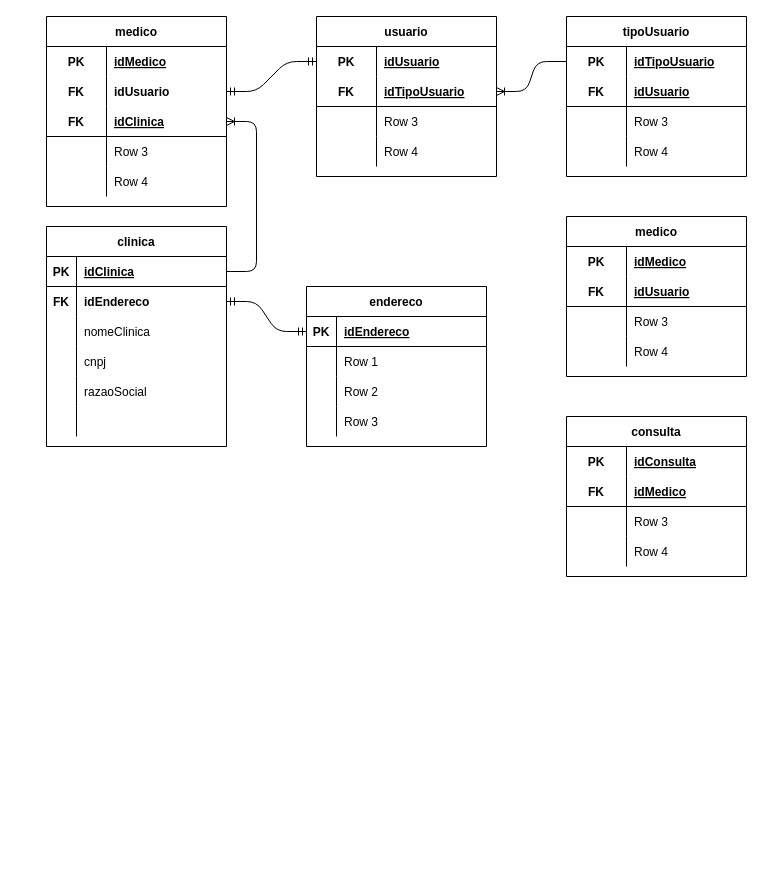
The draw.io diagram page "lógico" (2 of 2) of banco de dados/modelagem/modelo conceitual/spmedical-group.drawio in luizfelipeveracruz/projeto-SPMedical-group, before the edit. Source tidied: cells renumbered, new cells numbered last; positions are measured from the earlier drawing's top-left corner, leaving out a move shared by most shapes. Both pictures are drawn from the tidied source at 100%, with x=0, y=0 at pixel (46, 16).
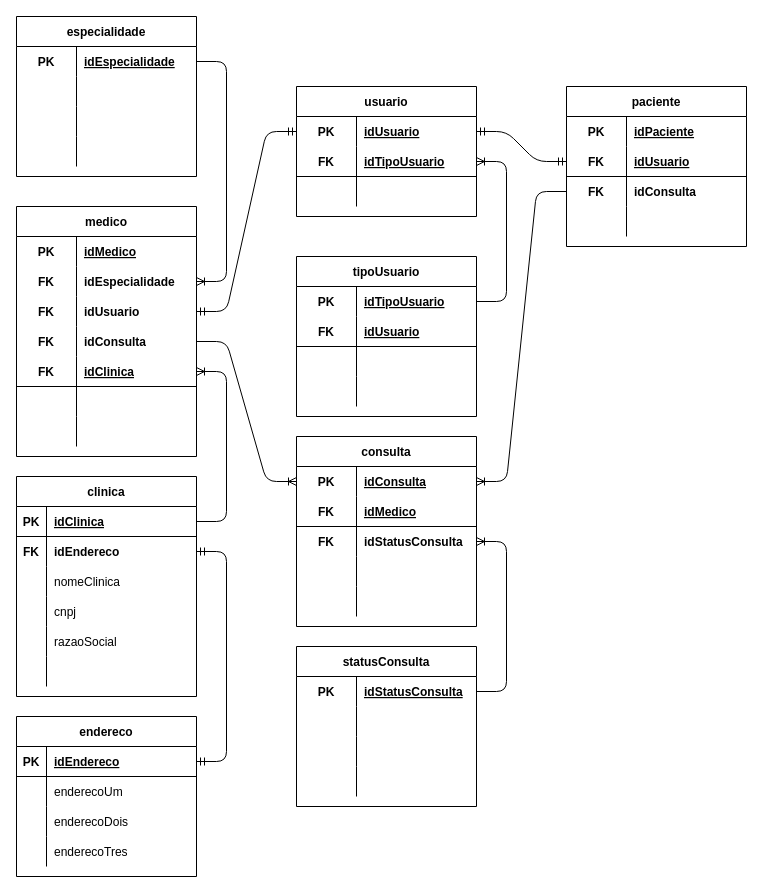
Above is the later version.

The change refers to these unchanged cells:
```xml
<mxCell id="25" style="shape=partialRectangle;fillColor=none;top=0;left=0;bottom=0;right=0;" parent="21" vertex="1">
  <mxGeometry y="60" width="180" height="30" as="geometry" />
</mxCell>
<mxCell id="28" style="shape=partialRectangle;fillColor=none;top=0;left=0;bottom=0;right=0;" parent="21" vertex="1">
  <mxGeometry y="90" width="180" height="30" as="geometry" />
</mxCell>
<mxCell id="31" style="shape=partialRectangle;fillColor=none;top=0;left=0;bottom=0;right=0;" parent="21" vertex="1">
  <mxGeometry y="120" width="180" height="30" as="geometry" />
</mxCell>
<mxCell id="53" style="shape=partialRectangle;fillColor=none;top=0;left=0;bottom=0;right=0;points=[[0,0.5],[1,0.5]];portConstraint=eastwest;" parent="52" vertex="1">
  <mxGeometry y="30" width="180" height="30" as="geometry" />
</mxCell>
<mxCell id="56" style="shape=partialRectangle;fillColor=none;top=0;left=0;bottom=1;right=0;points=[[0,0.5],[1,0.5]];portConstraint=eastwest;" parent="52" vertex="1">
  <mxGeometry y="60" width="180" height="30" as="geometry" />
</mxCell>
<mxCell id="59" style="shape=partialRectangle;fillColor=none;top=0;left=0;bottom=0;right=0;" parent="52" vertex="1">
  <mxGeometry y="90" width="180" height="30" as="geometry" />
</mxCell>
<mxCell id="66" style="shape=partialRectangle;fillColor=none;top=0;left=0;bottom=0;right=0;" parent="65" vertex="1">
  <mxGeometry y="30" width="180" height="30" as="geometry" />
</mxCell>
<mxCell id="69" style="shape=partialRectangle;fillColor=none;top=0;left=0;bottom=1;right=0;points=[[0,0.5],[1,0.5]];portConstraint=eastwest;" parent="65" vertex="1">
  <mxGeometry y="60" width="180" height="30" as="geometry" />
</mxCell>
<mxCell id="79" style="shape=partialRectangle;fillColor=none;top=0;left=0;bottom=0;right=0;points=[[0,0.5],[1,0.5]];portConstraint=eastwest;" parent="78" vertex="1">
  <mxGeometry y="30" width="180" height="30" as="geometry" />
</mxCell>
<mxCell id="92" style="shape=partialRectangle;fillColor=none;top=0;left=0;bottom=0;right=0;points=[[0,0.5],[1,0.5]];portConstraint=eastwest;" parent="91" vertex="1">
  <mxGeometry y="30" width="180" height="30" as="geometry" />
</mxCell>
<mxCell id="98" style="shape=partialRectangle;fillColor=none;top=0;left=0;bottom=0;right=0;" parent="91" vertex="1">
  <mxGeometry y="90" width="180" height="30" as="geometry" />
</mxCell>
<mxCell id="101" style="shape=partialRectangle;fillColor=none;top=0;left=0;bottom=0;right=0;" parent="91" vertex="1">
  <mxGeometry y="120" width="180" height="30" as="geometry" />
</mxCell>
```

The edit, as a diff of the source:
```diff
@@
     <mxCell id="2" value="clinica" style="shape=table;startSize=30;childLayout=tableLayout;rowLines=0;fontStyle=1;align=center;" parent="1" vertex="1">
-      <mxGeometry y="210" width="180" height="220" as="geometry" />
+      <mxGeometry x="-30" y="460" width="180" height="220" as="geometry" />
     </mxCell>
@@
     <mxCell id="21" value="endereco" style="shape=table;startSize=30;childLayout=tableLayout;rowLines=0;fontStyle=1;align=center;" parent="1" vertex="1">
-      <mxGeometry x="260" y="270" width="180" height="160" as="geometry" />
+      <mxGeometry x="-30" y="700" width="180" height="160" as="geometry" />
     </mxCell>
@@
-    <mxCell id="27" value="Row 1" style="shape=partialRectangle;fillColor=none;top=0;left=0;bottom=0;right=0;align=left;spacingLeft=6;overflow=hidden;" parent="25" vertex="1">
+    <mxCell id="27" value="enderecoUm" style="shape=partialRectangle;fillColor=none;top=0;left=0;bottom=0;right=0;align=left;spacingLeft=6;overflow=hidden;" parent="25" vertex="1">
       <mxGeometry x="30" width="150" height="30" as="geometry" />
     </mxCell>
@@
-    <mxCell id="30" value="Row 2" style="shape=partialRectangle;fillColor=none;top=0;left=0;bottom=0;right=0;align=left;spacingLeft=6;overflow=hidden;" parent="28" vertex="1">
+    <mxCell id="30" value="enderecoDois" style="shape=partialRectangle;fillColor=none;top=0;left=0;bottom=0;right=0;align=left;spacingLeft=6;overflow=hidden;" parent="28" vertex="1">
       <mxGeometry x="30" width="150" height="30" as="geometry" />
     </mxCell>
@@
-    <mxCell id="33" value="Row 3" style="shape=partialRectangle;fillColor=none;top=0;left=0;bottom=0;right=0;align=left;spacingLeft=6;overflow=hidden;" parent="31" vertex="1">
+    <mxCell id="33" value="enderecoTres" style="shape=partialRectangle;fillColor=none;top=0;left=0;bottom=0;right=0;align=left;spacingLeft=6;overflow=hidden;" parent="31" vertex="1">
       <mxGeometry x="30" width="150" height="30" as="geometry" />
     </mxCell>
@@
     <mxCell id="35" value="medico" style="shape=table;startSize=30;childLayout=tableLayout;rowLines=0;fontStyle=1;align=center;" parent="1" vertex="1">
-      <mxGeometry width="180" height="190" as="geometry" />
+      <mxGeometry x="-30" y="190" width="180" height="250" as="geometry" />
     </mxCell>
@@
+    <mxCell id="106" style="shape=partialRectangle;fillColor=none;top=0;left=0;bottom=0;right=0;points=[[0,0.5],[1,0.5]];portConstraint=eastwest;" parent="35" vertex="1">
+      <mxGeometry y="60" width="180" height="30" as="geometry" />
+    </mxCell>
+    <mxCell id="107" value="FK" style="shape=partialRectangle;fillColor=none;top=0;left=0;bottom=0;right=0;fontStyle=1;overflow=hidden;" parent="106" vertex="1">
+      <mxGeometry width="60" height="30" as="geometry" />
+    </mxCell>
+    <mxCell id="108" value="idEspecialidade" style="shape=partialRectangle;fillColor=none;top=0;left=0;bottom=0;right=0;align=left;spacingLeft=6;fontStyle=1;overflow=hidden;" parent="106" vertex="1">
+      <mxGeometry x="60" width="120" height="30" as="geometry" />
+    </mxCell>
     <mxCell id="39" style="shape=partialRectangle;fillColor=none;top=0;left=0;bottom=0;right=0;points=[[0,0.5],[1,0.5]];portConstraint=eastwest;fontStyle=1;" parent="35" vertex="1">
-      <mxGeometry y="60" width="180" height="30" as="geometry" />
+      <mxGeometry y="90" width="180" height="30" as="geometry" />
     </mxCell>
@@
+    <mxCell id="109" style="shape=partialRectangle;fillColor=none;top=0;left=0;bottom=0;right=0;points=[[0,0.5],[1,0.5]];portConstraint=eastwest;" parent="35" vertex="1">
+      <mxGeometry y="120" width="180" height="30" as="geometry" />
+    </mxCell>
+    <mxCell id="110" value="FK" style="shape=partialRectangle;fillColor=none;top=0;left=0;bottom=0;right=0;fontStyle=1;overflow=hidden;" parent="109" vertex="1">
+      <mxGeometry width="60" height="30" as="geometry" />
+    </mxCell>
+    <mxCell id="111" value="idConsulta" style="shape=partialRectangle;fillColor=none;top=0;left=0;bottom=0;right=0;align=left;spacingLeft=6;fontStyle=1;overflow=hidden;" parent="109" vertex="1">
+      <mxGeometry x="60" width="120" height="30" as="geometry" />
+    </mxCell>
     <mxCell id="42" style="shape=partialRectangle;fillColor=none;top=0;left=0;bottom=1;right=0;points=[[0,0.5],[1,0.5]];portConstraint=eastwest;" parent="35" vertex="1">
-      <mxGeometry y="90" width="180" height="30" as="geometry" />
+      <mxGeometry y="150" width="180" height="30" as="geometry" />
     </mxCell>
@@
     <mxCell id="45" style="shape=partialRectangle;fillColor=none;top=0;left=0;bottom=0;right=0;" parent="35" vertex="1">
-      <mxGeometry y="120" width="180" height="30" as="geometry" />
+      <mxGeometry y="180" width="180" height="30" as="geometry" />
     </mxCell>
@@
-    <mxCell id="47" value="Row 3" style="shape=partialRectangle;fillColor=none;top=0;left=0;bottom=0;right=0;align=left;spacingLeft=6;overflow=hidden;" parent="45" vertex="1">
+    <mxCell id="47" style="shape=partialRectangle;fillColor=none;top=0;left=0;bottom=0;right=0;align=left;spacingLeft=6;overflow=hidden;" parent="45" vertex="1">
       <mxGeometry x="60" width="120" height="30" as="geometry" />
     </mxCell>
     <mxCell id="48" style="shape=partialRectangle;fillColor=none;top=0;left=0;bottom=0;right=0;" parent="35" vertex="1">
-      <mxGeometry y="150" width="180" height="30" as="geometry" />
+      <mxGeometry y="210" width="180" height="30" as="geometry" />
     </mxCell>
@@
-    <mxCell id="50" value="Row 4" style="shape=partialRectangle;fillColor=none;top=0;left=0;bottom=0;right=0;align=left;spacingLeft=6;overflow=hidden;" parent="48" vertex="1">
+    <mxCell id="50" style="shape=partialRectangle;fillColor=none;top=0;left=0;bottom=0;right=0;align=left;spacingLeft=6;overflow=hidden;" parent="48" vertex="1">
       <mxGeometry x="60" width="120" height="30" as="geometry" />
     </mxCell>
@@
     <mxCell id="52" value="usuario" style="shape=table;startSize=30;childLayout=tableLayout;rowLines=0;fontStyle=1;align=center;" parent="1" vertex="1">
-      <mxGeometry x="270" width="180" height="160" as="geometry" />
+      <mxGeometry x="250" y="70" width="180" height="130" as="geometry" />
     </mxCell>
@@
-    <mxCell id="61" value="Row 3" style="shape=partialRectangle;fillColor=none;top=0;left=0;bottom=0;right=0;align=left;spacingLeft=6;overflow=hidden;" parent="59" vertex="1">
+    <mxCell id="61" style="shape=partialRectangle;fillColor=none;top=0;left=0;bottom=0;right=0;align=left;spacingLeft=6;overflow=hidden;" parent="59" vertex="1">
       <mxGeometry x="60" width="120" height="30" as="geometry" />
     </mxCell>
-    <mxCell id="62" style="shape=partialRectangle;fillColor=none;top=0;left=0;bottom=0;right=0;" parent="52" vertex="1">
-      <mxGeometry y="120" width="180" height="30" as="geometry" />
-    </mxCell>
-    <mxCell id="63" style="shape=partialRectangle;fillColor=none;top=0;left=0;bottom=0;right=0;overflow=hidden;" parent="62" vertex="1">
-      <mxGeometry width="60" height="30" as="geometry" />
-    </mxCell>
-    <mxCell id="64" value="Row 4" style="shape=partialRectangle;fillColor=none;top=0;left=0;bottom=0;right=0;align=left;spacingLeft=6;overflow=hidden;" parent="62" vertex="1">
-      <mxGeometry x="60" width="120" height="30" as="geometry" />
-    </mxCell>
-    <mxCell id="65" value="medico" style="shape=table;startSize=30;childLayout=tableLayout;rowLines=0;fontStyle=1;align=center;" parent="1" vertex="1">
-      <mxGeometry x="520" y="200" width="180" height="160" as="geometry" />
+    <mxCell id="65" value="paciente" style="shape=table;startSize=30;childLayout=tableLayout;rowLines=0;fontStyle=1;align=center;" parent="1" vertex="1">
+      <mxGeometry x="520" y="70" width="180" height="160" as="geometry" />
     </mxCell>
@@
-    <mxCell id="68" value="idMedico" style="shape=partialRectangle;fillColor=none;top=0;left=0;bottom=0;right=0;align=left;spacingLeft=6;fontStyle=5;overflow=hidden;" parent="66" vertex="1">
+    <mxCell id="68" value="idPaciente" style="shape=partialRectangle;fillColor=none;top=0;left=0;bottom=0;right=0;align=left;spacingLeft=6;fontStyle=5;overflow=hidden;" parent="66" vertex="1">
       <mxGeometry x="60" width="120" height="30" as="geometry" />
     </mxCell>
@@
+    <mxCell id="112" style="shape=partialRectangle;fillColor=none;top=0;left=0;bottom=0;right=0;points=[[0,0.5],[1,0.5]];portConstraint=eastwest;" parent="65" vertex="1">
+      <mxGeometry y="90" width="180" height="30" as="geometry" />
+    </mxCell>
+    <mxCell id="113" value="FK" style="shape=partialRectangle;fillColor=none;top=0;left=0;bottom=0;right=0;fontStyle=1;overflow=hidden;" parent="112" vertex="1">
+      <mxGeometry width="60" height="30" as="geometry" />
+    </mxCell>
+    <mxCell id="114" value="idConsulta" style="shape=partialRectangle;fillColor=none;top=0;left=0;bottom=0;right=0;align=left;spacingLeft=6;fontStyle=1;overflow=hidden;" parent="112" vertex="1">
+      <mxGeometry x="60" width="120" height="30" as="geometry" />
+    </mxCell>
     <mxCell id="72" style="shape=partialRectangle;fillColor=none;top=0;left=0;bottom=0;right=0;" parent="65" vertex="1">
-      <mxGeometry y="90" width="180" height="30" as="geometry" />
+      <mxGeometry y="120" width="180" height="30" as="geometry" />
     </mxCell>
@@
-    <mxCell id="74" value="Row 3" style="shape=partialRectangle;fillColor=none;top=0;left=0;bottom=0;right=0;align=left;spacingLeft=6;overflow=hidden;" parent="72" vertex="1">
+    <mxCell id="74" style="shape=partialRectangle;fillColor=none;top=0;left=0;bottom=0;right=0;align=left;spacingLeft=6;overflow=hidden;" parent="72" vertex="1">
       <mxGeometry x="60" width="120" height="30" as="geometry" />
     </mxCell>
-    <mxCell id="75" style="shape=partialRectangle;fillColor=none;top=0;left=0;bottom=0;right=0;" parent="65" vertex="1">
-      <mxGeometry y="120" width="180" height="30" as="geometry" />
-    </mxCell>
-    <mxCell id="76" style="shape=partialRectangle;fillColor=none;top=0;left=0;bottom=0;right=0;overflow=hidden;" parent="75" vertex="1">
-      <mxGeometry width="60" height="30" as="geometry" />
-    </mxCell>
-    <mxCell id="77" value="Row 4" style="shape=partialRectangle;fillColor=none;top=0;left=0;bottom=0;right=0;align=left;spacingLeft=6;overflow=hidden;" parent="75" vertex="1">
-      <mxGeometry x="60" width="120" height="30" as="geometry" />
-    </mxCell>
     <mxCell id="78" value="consulta" style="shape=table;startSize=30;childLayout=tableLayout;rowLines=0;fontStyle=1;align=center;" parent="1" vertex="1">
-      <mxGeometry x="520" y="400" width="180" height="160" as="geometry" />
+      <mxGeometry x="250" y="420" width="180" height="190" as="geometry" />
     </mxCell>
@@
+    <mxCell id="115" style="shape=partialRectangle;fillColor=none;top=0;left=0;bottom=0;right=0;points=[[0,0.5],[1,0.5]];portConstraint=eastwest;" parent="78" vertex="1">
+      <mxGeometry y="90" width="180" height="30" as="geometry" />
+    </mxCell>
+    <mxCell id="116" value="FK" style="shape=partialRectangle;fillColor=none;top=0;left=0;bottom=0;right=0;fontStyle=1;overflow=hidden;" parent="115" vertex="1">
+      <mxGeometry width="60" height="30" as="geometry" />
+    </mxCell>
+    <mxCell id="117" value="idStatusConsulta" style="shape=partialRectangle;fillColor=none;top=0;left=0;bottom=0;right=0;align=left;spacingLeft=6;fontStyle=1;overflow=hidden;" parent="115" vertex="1">
+      <mxGeometry x="60" width="120" height="30" as="geometry" />
+    </mxCell>
     <mxCell id="85" style="shape=partialRectangle;fillColor=none;top=0;left=0;bottom=0;right=0;" parent="78" vertex="1">
-      <mxGeometry y="90" width="180" height="30" as="geometry" />
+      <mxGeometry y="120" width="180" height="30" as="geometry" />
     </mxCell>
@@
-    <mxCell id="87" value="Row 3" style="shape=partialRectangle;fillColor=none;top=0;left=0;bottom=0;right=0;align=left;spacingLeft=6;overflow=hidden;" parent="85" vertex="1">
+    <mxCell id="87" style="shape=partialRectangle;fillColor=none;top=0;left=0;bottom=0;right=0;align=left;spacingLeft=6;overflow=hidden;" parent="85" vertex="1">
       <mxGeometry x="60" width="120" height="30" as="geometry" />
     </mxCell>
     <mxCell id="88" style="shape=partialRectangle;fillColor=none;top=0;left=0;bottom=0;right=0;" parent="78" vertex="1">
-      <mxGeometry y="120" width="180" height="30" as="geometry" />
+      <mxGeometry y="150" width="180" height="30" as="geometry" />
     </mxCell>
@@
-    <mxCell id="90" value="Row 4" style="shape=partialRectangle;fillColor=none;top=0;left=0;bottom=0;right=0;align=left;spacingLeft=6;overflow=hidden;" parent="88" vertex="1">
+    <mxCell id="90" style="shape=partialRectangle;fillColor=none;top=0;left=0;bottom=0;right=0;align=left;spacingLeft=6;overflow=hidden;" parent="88" vertex="1">
       <mxGeometry x="60" width="120" height="30" as="geometry" />
     </mxCell>
     <mxCell id="91" value="tipoUsuario" style="shape=table;startSize=30;childLayout=tableLayout;rowLines=0;fontStyle=1;align=center;" parent="1" vertex="1">
-      <mxGeometry x="520" width="180" height="160" as="geometry" />
+      <mxGeometry x="250" y="240" width="180" height="160" as="geometry" />
     </mxCell>
@@
-    <mxCell id="100" value="Row 3" style="shape=partialRectangle;fillColor=none;top=0;left=0;bottom=0;right=0;align=left;spacingLeft=6;overflow=hidden;" parent="98" vertex="1">
+    <mxCell id="100" style="shape=partialRectangle;fillColor=none;top=0;left=0;bottom=0;right=0;align=left;spacingLeft=6;overflow=hidden;" parent="98" vertex="1">
       <mxGeometry x="60" width="120" height="30" as="geometry" />
     </mxCell>
@@
-    <mxCell id="103" value="Row 4" style="shape=partialRectangle;fillColor=none;top=0;left=0;bottom=0;right=0;align=left;spacingLeft=6;overflow=hidden;" parent="101" vertex="1">
+    <mxCell id="103" style="shape=partialRectangle;fillColor=none;top=0;left=0;bottom=0;right=0;align=left;spacingLeft=6;overflow=hidden;" parent="101" vertex="1">
       <mxGeometry x="60" width="120" height="30" as="geometry" />
     </mxCell>
-    <mxCell id="104" style="edgeStyle=entityRelationEdgeStyle;fontSize=12;html=1;endArrow=ERoneToMany;exitX=0;exitY=0.5;exitDx=0;exitDy=0;entryX=1;entryY=0.5;entryDx=0;entryDy=0;" parent="1" edge="1" source="92" target="56">
+    <mxCell id="104" style="edgeStyle=entityRelationEdgeStyle;fontSize=12;html=1;endArrow=ERoneToMany;exitX=1;exitY=0.5;exitDx=0;exitDy=0;entryX=1;entryY=0.5;entryDx=0;entryDy=0;" parent="1" edge="1" source="92" target="56">
       <mxGeometry relative="1" as="geometry" />
     </mxCell>
@@
+    <mxCell id="118" style="edgeStyle=entityRelationEdgeStyle;fontSize=12;html=1;endArrow=ERoneToMany;exitX=1;exitY=0.5;exitDx=0;exitDy=0;entryX=0;entryY=0.5;entryDx=0;entryDy=0;" parent="1" edge="1" source="109" target="79">
+      <mxGeometry relative="1" as="geometry" />
+    </mxCell>
+    <mxCell id="119" style="edgeStyle=entityRelationEdgeStyle;fontSize=12;html=1;endArrow=ERoneToMany;entryX=1;entryY=0.5;entryDx=0;entryDy=0;" parent="1" edge="1" source="112" target="79">
+      <mxGeometry relative="1" as="geometry" />
+    </mxCell>
+    <mxCell id="120" style="edgeStyle=entityRelationEdgeStyle;fontSize=12;html=1;endArrow=ERmandOne;startArrow=ERmandOne;entryX=0;entryY=0.5;entryDx=0;entryDy=0;exitX=1;exitY=0.5;exitDx=0;exitDy=0;" parent="1" edge="1" source="53" target="69">
+      <mxGeometry relative="1" as="geometry" />
+    </mxCell>
+    <mxCell id="121" value="statusConsulta" style="shape=table;startSize=30;childLayout=tableLayout;rowLines=0;fontStyle=1;align=center;" parent="1" vertex="1">
+      <mxGeometry x="250" y="630" width="180" height="160" as="geometry" />
+    </mxCell>
+    <mxCell id="122" style="shape=partialRectangle;fillColor=none;top=0;left=0;bottom=0;right=0;points=[[0,0.5],[1,0.5]];portConstraint=eastwest;" parent="121" vertex="1">
+      <mxGeometry y="30" width="180" height="30" as="geometry" />
+    </mxCell>
+    <mxCell id="123" value="PK" style="shape=partialRectangle;fillColor=none;top=0;left=0;bottom=0;right=0;fontStyle=1;overflow=hidden;" parent="122" vertex="1">
+      <mxGeometry width="60" height="30" as="geometry" />
+    </mxCell>
+    <mxCell id="124" value="idStatusConsulta" style="shape=partialRectangle;fillColor=none;top=0;left=0;bottom=0;right=0;align=left;spacingLeft=6;fontStyle=5;overflow=hidden;" parent="122" vertex="1">
+      <mxGeometry x="60" width="120" height="30" as="geometry" />
+    </mxCell>
+    <mxCell id="125" style="shape=partialRectangle;fillColor=none;top=0;left=0;bottom=0;right=0;" parent="121" vertex="1">
+      <mxGeometry y="60" width="180" height="30" as="geometry" />
+    </mxCell>
+    <mxCell id="126" style="shape=partialRectangle;fillColor=none;top=0;left=0;bottom=0;right=0;overflow=hidden;" parent="125" vertex="1">
+      <mxGeometry width="60" height="30" as="geometry" />
+    </mxCell>
+    <mxCell id="127" style="shape=partialRectangle;fillColor=none;top=0;left=0;bottom=0;right=0;align=left;spacingLeft=6;overflow=hidden;" parent="125" vertex="1">
+      <mxGeometry x="60" width="120" height="30" as="geometry" />
+    </mxCell>
+    <mxCell id="128" style="shape=partialRectangle;fillColor=none;top=0;left=0;bottom=0;right=0;" parent="121" vertex="1">
+      <mxGeometry y="90" width="180" height="30" as="geometry" />
+    </mxCell>
+    <mxCell id="129" style="shape=partialRectangle;fillColor=none;top=0;left=0;bottom=0;right=0;overflow=hidden;" parent="128" vertex="1">
+      <mxGeometry width="60" height="30" as="geometry" />
+    </mxCell>
+    <mxCell id="130" style="shape=partialRectangle;fillColor=none;top=0;left=0;bottom=0;right=0;align=left;spacingLeft=6;overflow=hidden;" parent="128" vertex="1">
+      <mxGeometry x="60" width="120" height="30" as="geometry" />
+    </mxCell>
+    <mxCell id="131" style="shape=partialRectangle;fillColor=none;top=0;left=0;bottom=0;right=0;" parent="121" vertex="1">
+      <mxGeometry y="120" width="180" height="30" as="geometry" />
+    </mxCell>
+    <mxCell id="132" style="shape=partialRectangle;fillColor=none;top=0;left=0;bottom=0;right=0;overflow=hidden;" parent="131" vertex="1">
+      <mxGeometry width="60" height="30" as="geometry" />
+    </mxCell>
+    <mxCell id="133" style="shape=partialRectangle;fillColor=none;top=0;left=0;bottom=0;right=0;align=left;spacingLeft=6;overflow=hidden;" parent="131" vertex="1">
+      <mxGeometry x="60" width="120" height="30" as="geometry" />
+    </mxCell>
+    <mxCell id="134" style="edgeStyle=entityRelationEdgeStyle;fontSize=12;html=1;endArrow=ERoneToMany;exitX=1;exitY=0.5;exitDx=0;exitDy=0;entryX=1;entryY=0.5;entryDx=0;entryDy=0;" parent="1" edge="1" source="122" target="115">
+      <mxGeometry relative="1" as="geometry" />
+    </mxCell>
+    <mxCell id="135" value="especialidade" style="shape=table;startSize=30;childLayout=tableLayout;rowLines=0;fontStyle=1;align=center;" parent="1" vertex="1">
+      <mxGeometry x="-30" width="180" height="160" as="geometry" />
+    </mxCell>
+    <mxCell id="136" style="shape=partialRectangle;fillColor=none;top=0;left=0;bottom=0;right=0;points=[[0,0.5],[1,0.5]];portConstraint=eastwest;" parent="135" vertex="1">
+      <mxGeometry y="30" width="180" height="30" as="geometry" />
+    </mxCell>
+    <mxCell id="137" value="PK" style="shape=partialRectangle;fillColor=none;top=0;left=0;bottom=0;right=0;fontStyle=1;overflow=hidden;" parent="136" vertex="1">
+      <mxGeometry width="60" height="30" as="geometry" />
+    </mxCell>
+    <mxCell id="138" value="idEspecialidade" style="shape=partialRectangle;fillColor=none;top=0;left=0;bottom=0;right=0;align=left;spacingLeft=6;fontStyle=5;overflow=hidden;" parent="136" vertex="1">
+      <mxGeometry x="60" width="120" height="30" as="geometry" />
+    </mxCell>
+    <mxCell id="139" style="shape=partialRectangle;fillColor=none;top=0;left=0;bottom=0;right=0;" parent="135" vertex="1">
+      <mxGeometry y="60" width="180" height="30" as="geometry" />
+    </mxCell>
+    <mxCell id="140" style="shape=partialRectangle;fillColor=none;top=0;left=0;bottom=0;right=0;overflow=hidden;" parent="139" vertex="1">
+      <mxGeometry width="60" height="30" as="geometry" />
+    </mxCell>
+    <mxCell id="141" style="shape=partialRectangle;fillColor=none;top=0;left=0;bottom=0;right=0;align=left;spacingLeft=6;overflow=hidden;" parent="139" vertex="1">
+      <mxGeometry x="60" width="120" height="30" as="geometry" />
+    </mxCell>
+    <mxCell id="142" style="shape=partialRectangle;fillColor=none;top=0;left=0;bottom=0;right=0;" parent="135" vertex="1">
+      <mxGeometry y="90" width="180" height="30" as="geometry" />
+    </mxCell>
+    <mxCell id="143" style="shape=partialRectangle;fillColor=none;top=0;left=0;bottom=0;right=0;overflow=hidden;" parent="142" vertex="1">
+      <mxGeometry width="60" height="30" as="geometry" />
+    </mxCell>
+    <mxCell id="144" style="shape=partialRectangle;fillColor=none;top=0;left=0;bottom=0;right=0;align=left;spacingLeft=6;overflow=hidden;" parent="142" vertex="1">
+      <mxGeometry x="60" width="120" height="30" as="geometry" />
+    </mxCell>
+    <mxCell id="145" style="shape=partialRectangle;fillColor=none;top=0;left=0;bottom=0;right=0;" parent="135" vertex="1">
+      <mxGeometry y="120" width="180" height="30" as="geometry" />
+    </mxCell>
+    <mxCell id="146" style="shape=partialRectangle;fillColor=none;top=0;left=0;bottom=0;right=0;overflow=hidden;" parent="145" vertex="1">
+      <mxGeometry width="60" height="30" as="geometry" />
+    </mxCell>
+    <mxCell id="147" style="shape=partialRectangle;fillColor=none;top=0;left=0;bottom=0;right=0;align=left;spacingLeft=6;overflow=hidden;" parent="145" vertex="1">
+      <mxGeometry x="60" width="120" height="30" as="geometry" />
+    </mxCell>
+    <mxCell id="148" style="edgeStyle=entityRelationEdgeStyle;fontSize=12;html=1;endArrow=ERoneToMany;exitX=1;exitY=0.5;exitDx=0;exitDy=0;" parent="1" edge="1" source="136" target="106">
+      <mxGeometry relative="1" as="geometry" />
+    </mxCell>
```
